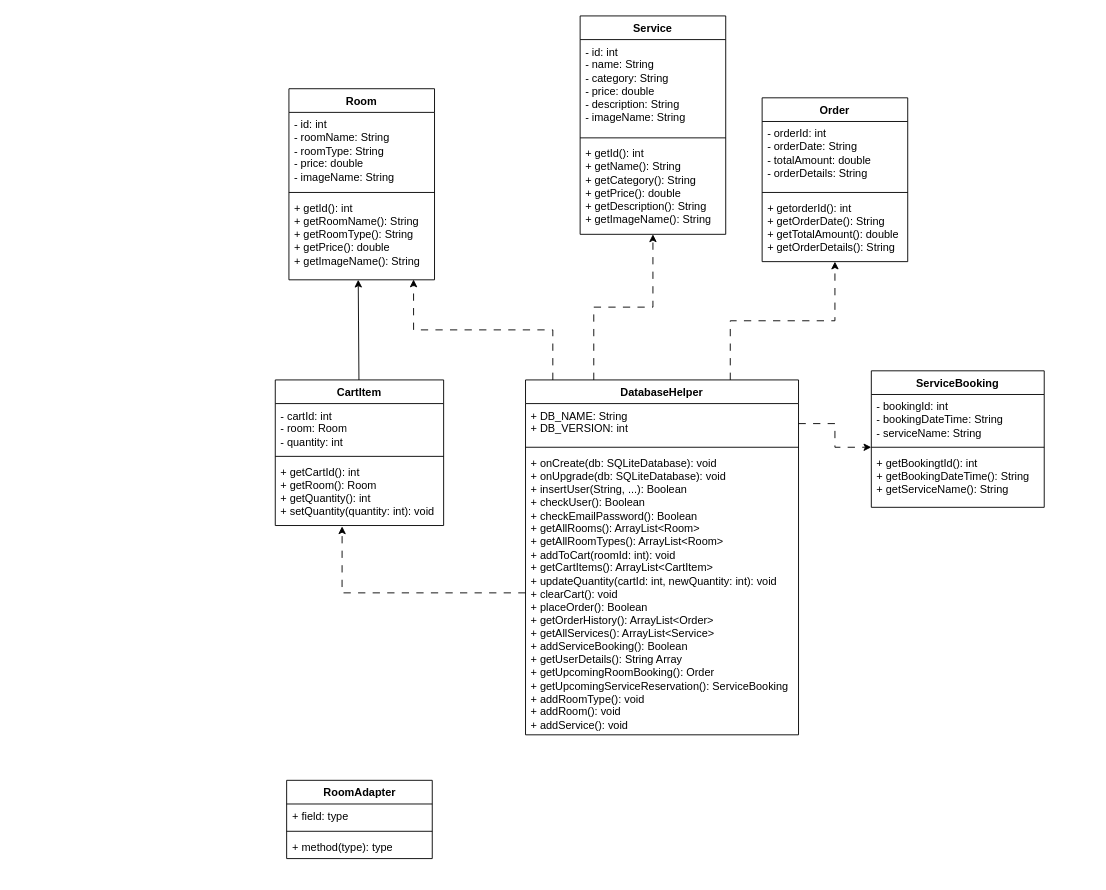
Before: MAD Class Diagram V1.drawio in redhooddev/diagrams, a draw.io diagram. Source tidied: cells renumbered, new cells numbered last; positions are measured from the earlier drawing's top-left corner, leaving out a move shared by most shapes. Both pictures are drawn from the tidied source at 91%, with x=0, y=0 at pixel (275, 15).
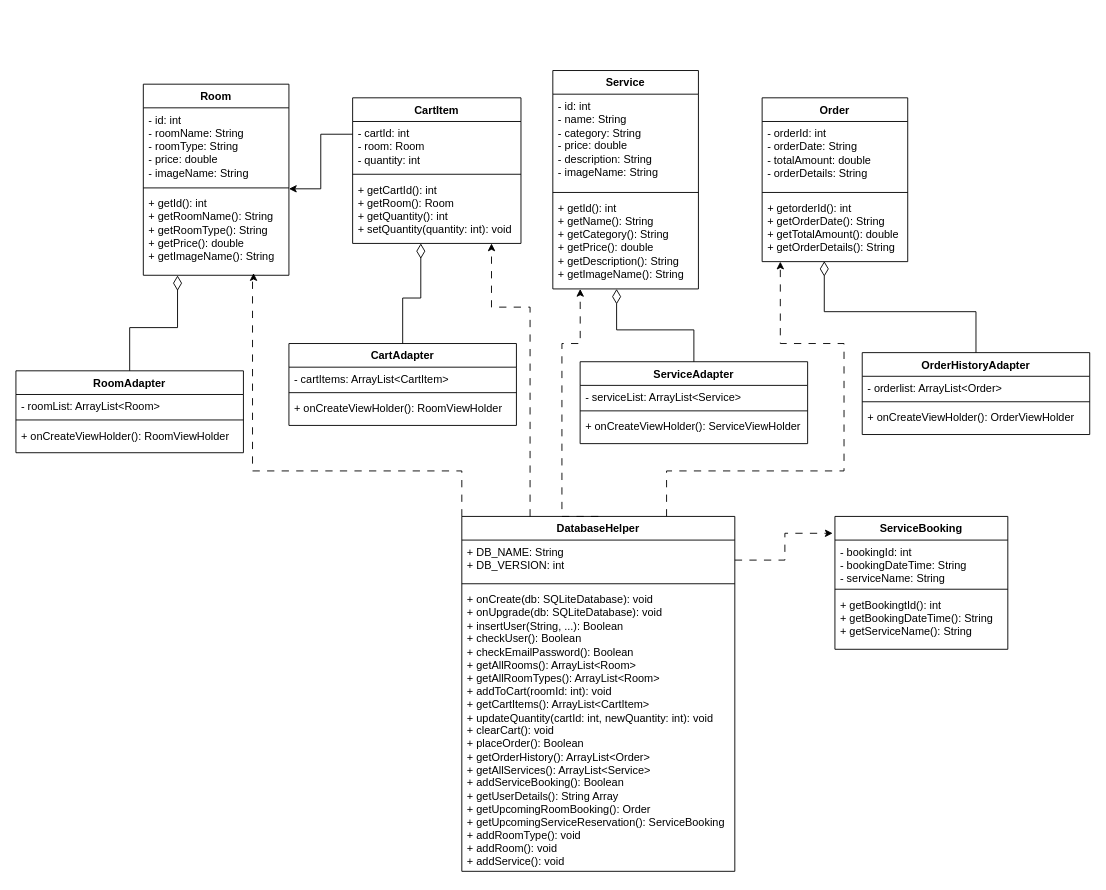
Above is the later version.

Unchanged cells that the change refers to:
```xml
<mxCell id="4" style="line;strokeWidth=1;fillColor=none;align=left;verticalAlign=middle;spacingTop=-1;spacingLeft=3;spacingRight=3;labelPosition=right;points=[];portConstraint=eastwest;strokeColor=inherit;" parent="2" vertex="1">
  <mxGeometry y="110" width="160" height="8" as="geometry" />
</mxCell>
<mxCell id="5" value="+ getId(): int&lt;div&gt;+ getRoomName(): String&lt;/div&gt;&lt;div&gt;+ getRoomType(): String&lt;/div&gt;&lt;div&gt;+ getPrice(): double&lt;/div&gt;&lt;div&gt;+ getImageName(): String&lt;/div&gt;" style="text;strokeColor=none;fillColor=none;align=left;verticalAlign=top;spacingLeft=4;spacingRight=4;overflow=hidden;points=[[0,0.5],[1,0.5]];portConstraint=eastwest;whiteSpace=wrap;html=1;" parent="2" vertex="1">
  <mxGeometry y="118" width="160" height="92" as="geometry" />
</mxCell>
<mxCell id="9" value="+ getId(): int&lt;div&gt;+ getName(): String&lt;/div&gt;&lt;div&gt;+ getCategory(): String&lt;/div&gt;&lt;div&gt;+ getPrice(): double&lt;/div&gt;&lt;div&gt;+ getDescription(): String&lt;/div&gt;&lt;div&gt;+ getImageName(): String&lt;/div&gt;" style="text;strokeColor=none;fillColor=none;align=left;verticalAlign=top;spacingLeft=4;spacingRight=4;overflow=hidden;points=[[0,0.5],[1,0.5]];portConstraint=eastwest;whiteSpace=wrap;html=1;" parent="6" vertex="1">
  <mxGeometry y="138" width="160" height="102" as="geometry" />
</mxCell>
<mxCell id="10" value="Order" style="swimlane;fontStyle=1;align=center;verticalAlign=top;horizontal=1;startSize=26;whiteSpace=wrap;html=1;" parent="1" vertex="1">
  <mxGeometry x="535" y="90" width="160" height="180" as="geometry" />
</mxCell>
<mxCell id="13" value="+ getorderId(): int&lt;div&gt;+ getOrderDate(): String&lt;/div&gt;&lt;div&gt;+ getTotalAmount(): double&lt;/div&gt;&lt;div&gt;+ getOrderDetails(): String&lt;/div&gt;" style="text;strokeColor=none;fillColor=none;align=left;verticalAlign=top;spacingLeft=4;spacingRight=4;overflow=hidden;points=[[0,0.5],[1,0.5]];portConstraint=eastwest;whiteSpace=wrap;html=1;" parent="10" vertex="1">
  <mxGeometry y="108" width="160" height="72" as="geometry" />
</mxCell>
<mxCell id="17" value="+ getCartId(): int&lt;div&gt;+ getRoom(): Room&lt;/div&gt;&lt;div&gt;+ getQuantity(): int&lt;/div&gt;&lt;div&gt;+ setQuantity(quantity: int): void&lt;/div&gt;" style="text;strokeColor=none;fillColor=none;align=left;verticalAlign=top;spacingLeft=4;spacingRight=4;overflow=hidden;points=[[0,0.5],[1,0.5]];portConstraint=eastwest;whiteSpace=wrap;html=1;" parent="14" vertex="1">
  <mxGeometry y="88" width="185" height="72" as="geometry" />
</mxCell>
<mxCell id="24" value="+ DB_NAME: String&lt;div&gt;+ DB_VERSION: int&lt;/div&gt;" style="text;strokeColor=none;fillColor=none;align=left;verticalAlign=top;spacingLeft=4;spacingRight=4;overflow=hidden;points=[[0,0.5],[1,0.5]];portConstraint=eastwest;whiteSpace=wrap;html=1;" parent="23" vertex="1">
  <mxGeometry y="26" width="300" height="44" as="geometry" />
</mxCell>
<mxCell id="26" value="+ onCreate(db: SQLiteDatabase): void&lt;div&gt;+ onUpgrade(&lt;span style=&quot;background-color: transparent; color: light-dark(rgb(0, 0, 0), rgb(255, 255, 255));&quot;&gt;db: SQLiteDatabase&lt;/span&gt;&lt;span style=&quot;background-color: transparent; color: light-dark(rgb(0, 0, 0), rgb(255, 255, 255));&quot;&gt;): void&lt;/span&gt;&lt;/div&gt;&lt;div&gt;+ insertUser(String, ...): Boolean&lt;/div&gt;&lt;div&gt;+ checkUser(): Boolean&lt;/div&gt;&lt;div&gt;+ checkEmailPassword(): Boolean&lt;/div&gt;&lt;div&gt;+ getAllRooms(): ArrayList&amp;lt;Room&amp;gt;&lt;/div&gt;&lt;div&gt;+ getAllRoomTypes(): ArrayList&amp;lt;Room&amp;gt;&lt;/div&gt;&lt;div&gt;+ addToCart(roomId: int): void&lt;/div&gt;&lt;div&gt;+ getCartItems(): ArrayList&amp;lt;CartItem&amp;gt;&lt;/div&gt;&lt;div&gt;+ updateQuantity(cartId: int, newQuantity: int): void&lt;/div&gt;&lt;div&gt;+ clearCart(): void&lt;/div&gt;&lt;div&gt;+ placeOrder(): Boolean&lt;/div&gt;&lt;div&gt;+ getOrderHistory(): ArrayList&amp;lt;Order&amp;gt;&lt;/div&gt;&lt;div&gt;+ getAllServices(): ArrayList&amp;lt;Service&amp;gt;&lt;/div&gt;&lt;div&gt;+ addServiceBooking(): Boolean&lt;/div&gt;&lt;div&gt;+ getUserDetails(): String Array&lt;/div&gt;&lt;div&gt;+ getUpcomingRoomBooking(): Order&lt;/div&gt;&lt;div&gt;+ getUpcomingServiceReservation(): ServiceBooking&lt;/div&gt;&lt;div&gt;+ addRoomType(): void&lt;/div&gt;&lt;div&gt;+ addRoom(): void&lt;/div&gt;&lt;div&gt;+ addService(): void&lt;/div&gt;" style="text;strokeColor=none;fillColor=none;align=left;verticalAlign=top;spacingLeft=4;spacingRight=4;overflow=hidden;points=[[0,0.5],[1,0.5]];portConstraint=eastwest;whiteSpace=wrap;html=1;" parent="23" vertex="1">
  <mxGeometry y="78" width="300" height="312" as="geometry" />
</mxCell>
```

What changed in the source:
```diff
@@
     <mxCell id="2" value="Room" style="swimlane;fontStyle=1;align=center;verticalAlign=top;horizontal=1;startSize=26;whiteSpace=wrap;html=1;" parent="1" vertex="1">
-      <mxGeometry x="15" y="80" width="160" height="210" as="geometry" />
+      <mxGeometry x="-145" y="75" width="160" height="210" as="geometry" />
     </mxCell>
@@
     <mxCell id="6" value="Service" style="swimlane;fontStyle=1;align=center;verticalAlign=top;horizontal=1;startSize=26;whiteSpace=wrap;html=1;" parent="1" vertex="1">
-      <mxGeometry x="335" width="160" height="240" as="geometry" />
+      <mxGeometry x="305" y="60" width="160" height="240" as="geometry" />
     </mxCell>
@@
     <mxCell id="14" value="CartItem" style="swimlane;fontStyle=1;align=center;verticalAlign=top;horizontal=1;startSize=26;whiteSpace=wrap;html=1;" parent="1" vertex="1">
-      <mxGeometry y="400" width="185" height="160" as="geometry" />
+      <mxGeometry x="85" y="90" width="185" height="160" as="geometry" />
     </mxCell>
@@
     <mxCell id="18" value="ServiceBooking" style="swimlane;fontStyle=1;align=center;verticalAlign=top;horizontal=1;startSize=26;whiteSpace=wrap;html=1;" parent="1" vertex="1">
-      <mxGeometry x="655" y="390" width="190" height="150" as="geometry" />
+      <mxGeometry x="615" y="550" width="190" height="146" as="geometry" />
     </mxCell>
     <mxCell id="19" value="- bookingId: int&lt;div&gt;- bookingDateTime: String&lt;/div&gt;&lt;div&gt;- serviceName: String&lt;/div&gt;" style="text;strokeColor=none;fillColor=none;align=left;verticalAlign=top;spacingLeft=4;spacingRight=4;overflow=hidden;whiteSpace=wrap;html=1;" parent="18" vertex="1">
-      <mxGeometry y="26" width="190" height="54" as="geometry" />
+      <mxGeometry y="26" width="190" height="50" as="geometry" />
     </mxCell>
     <mxCell id="20" style="line;strokeWidth=1;fillColor=none;align=left;verticalAlign=middle;spacingTop=-1;spacingLeft=3;spacingRight=3;labelPosition=right;points=[];portConstraint=eastwest;strokeColor=inherit;" parent="18" vertex="1">
-      <mxGeometry y="80" width="190" height="8" as="geometry" />
+      <mxGeometry y="76" width="190" height="8" as="geometry" />
     </mxCell>
     <mxCell id="21" value="+ getBookingtId(): int&lt;div&gt;+ getBookingDateTime(): String&lt;/div&gt;&lt;div&gt;+ getServiceName(): String&lt;/div&gt;" style="text;strokeColor=none;fillColor=none;align=left;verticalAlign=top;spacingLeft=4;spacingRight=4;overflow=hidden;whiteSpace=wrap;html=1;" parent="18" vertex="1">
-      <mxGeometry y="88" width="190" height="62" as="geometry" />
+      <mxGeometry y="84" width="190" height="62" as="geometry" />
     </mxCell>
-    <mxCell id="22" style="edgeStyle=orthogonalEdgeStyle;rounded=0;jettySize=auto;html=1;exitX=0.75;exitY=0;exitDx=0;exitDy=0;entryX=0.5;entryY=1;entryDx=0;entryDy=0;dashed=1;dashPattern=8 8;" parent="1" edge="1" source="23" target="10">
-      <mxGeometry relative="1" as="geometry" />
-    </mxCell>
+    <mxCell id="36" style="edgeStyle=orthogonalEdgeStyle;rounded=0;jettySize=auto;html=1;exitX=0;exitY=0;exitDx=0;exitDy=0;dashed=1;dashPattern=8 8;entryX=0.757;entryY=0.974;entryDx=0;entryDy=0;entryPerimeter=0;" parent="1" edge="1" source="23" target="5">
+      <mxGeometry relative="1" as="geometry">
+        <Array as="points">
+          <mxPoint x="205" y="500" />
+          <mxPoint x="-25" y="500" />
+          <mxPoint x="-25" y="290" />
+          <mxPoint x="-24" y="290" />
+        </Array>
+      </mxGeometry>
+    </mxCell>
+    <mxCell id="37" style="edgeStyle=orthogonalEdgeStyle;rounded=0;jettySize=auto;html=1;exitX=0.75;exitY=0;exitDx=0;exitDy=0;entryX=0.125;entryY=1;entryDx=0;entryDy=0;entryPerimeter=0;dashed=1;dashPattern=8 8;" parent="1" edge="1" source="23" target="13">
+      <mxGeometry relative="1" as="geometry">
+        <Array as="points">
+          <mxPoint x="430" y="500" />
+          <mxPoint x="625" y="500" />
+          <mxPoint x="625" y="360" />
+          <mxPoint x="555" y="360" />
+        </Array>
+      </mxGeometry>
+    </mxCell>
     <mxCell id="23" value="DatabaseHelper" style="swimlane;fontStyle=1;align=center;verticalAlign=top;horizontal=1;startSize=26;whiteSpace=wrap;html=1;" parent="1" vertex="1">
-      <mxGeometry x="275" y="400" width="300" height="390" as="geometry" />
+      <mxGeometry x="205" y="550" width="300" height="390" as="geometry" />
     </mxCell>
@@
-    <mxCell id="27" style="rounded=0;jettySize=auto;html=1;entryX=0.476;entryY=0.999;entryDx=0;entryDy=0;entryPerimeter=0;" parent="1" edge="1" source="14" target="5">
-      <mxGeometry relative="1" as="geometry" />
-    </mxCell>
-    <mxCell id="28" style="edgeStyle=orthogonalEdgeStyle;rounded=0;jettySize=auto;html=1;entryX=0.856;entryY=0.996;entryDx=0;entryDy=0;entryPerimeter=0;dashed=1;dashPattern=8 8;" parent="1" edge="1" target="5">
-      <mxGeometry relative="1" as="geometry">
-        <mxPoint x="305" y="400" as="sourcePoint" />
-        <Array as="points">
-          <mxPoint x="305" y="400" />
-          <mxPoint x="305" y="345" />
-          <mxPoint x="152" y="345" />
-        </Array>
-      </mxGeometry>
-    </mxCell>
-    <mxCell id="29" style="edgeStyle=orthogonalEdgeStyle;rounded=0;jettySize=auto;html=1;exitX=0.25;exitY=0;exitDx=0;exitDy=0;entryX=0.5;entryY=1;entryDx=0;entryDy=0;entryPerimeter=0;dashed=1;dashPattern=8 8;" parent="1" edge="1" source="23" target="9">
-      <mxGeometry relative="1" as="geometry" />
-    </mxCell>
-    <mxCell id="30" style="edgeStyle=orthogonalEdgeStyle;rounded=0;jettySize=auto;html=1;exitX=0;exitY=0.5;exitDx=0;exitDy=0;entryX=0.397;entryY=1.013;entryDx=0;entryDy=0;entryPerimeter=0;dashed=1;dashPattern=8 8;" parent="1" edge="1" source="26" target="17">
-      <mxGeometry relative="1" as="geometry" />
-    </mxCell>
-    <mxCell id="31" style="edgeStyle=orthogonalEdgeStyle;rounded=0;jettySize=auto;html=1;exitX=1;exitY=0.5;exitDx=0;exitDy=0;dashed=1;dashPattern=8 8;" parent="1" edge="1" source="24" target="20">
-      <mxGeometry relative="1" as="geometry" />
-    </mxCell>
     <mxCell id="32" value="RoomAdapter" style="swimlane;fontStyle=1;align=center;verticalAlign=top;horizontal=1;startSize=26;whiteSpace=wrap;html=1;" parent="1" vertex="1">
-      <mxGeometry x="12.5" y="840" width="160" height="86" as="geometry" />
+      <mxGeometry x="-285" y="390" width="250" height="90" as="geometry" />
     </mxCell>
-    <mxCell id="33" value="+ field: type" style="text;strokeColor=none;fillColor=none;align=left;verticalAlign=top;spacingLeft=4;spacingRight=4;overflow=hidden;whiteSpace=wrap;html=1;" parent="32" vertex="1">
-      <mxGeometry y="26" width="160" height="26" as="geometry" />
+    <mxCell id="33" value="- roomList: ArrayList&amp;lt;Room&amp;gt;" style="text;strokeColor=none;fillColor=none;align=left;verticalAlign=top;spacingLeft=4;spacingRight=4;overflow=hidden;whiteSpace=wrap;html=1;" parent="32" vertex="1">
+      <mxGeometry y="26" width="250" height="24" as="geometry" />
     </mxCell>
     <mxCell id="34" style="line;strokeWidth=1;fillColor=none;align=left;verticalAlign=middle;spacingTop=-1;spacingLeft=3;spacingRight=3;labelPosition=right;strokeColor=inherit;" parent="32" vertex="1">
-      <mxGeometry y="52" width="160" height="8" as="geometry" />
+      <mxGeometry y="50" width="250" height="8" as="geometry" />
     </mxCell>
-    <mxCell id="35" value="+ method(type): type" style="text;strokeColor=none;fillColor=none;align=left;verticalAlign=top;spacingLeft=4;spacingRight=4;overflow=hidden;whiteSpace=wrap;html=1;" parent="32" vertex="1">
-      <mxGeometry y="60" width="160" height="26" as="geometry" />
+    <mxCell id="35" value="+ onCreateViewHolder(): RoomViewHolder&amp;nbsp;" style="text;strokeColor=none;fillColor=none;align=left;verticalAlign=top;spacingLeft=4;spacingRight=4;overflow=hidden;whiteSpace=wrap;html=1;" parent="32" vertex="1">
+      <mxGeometry y="58" width="250" height="32" as="geometry" />
     </mxCell>
+    <mxCell id="38" value="ServiceAdapter" style="swimlane;fontStyle=1;align=center;verticalAlign=top;horizontal=1;startSize=26;whiteSpace=wrap;html=1;" parent="1" vertex="1">
+      <mxGeometry x="335" y="380" width="250" height="90" as="geometry" />
+    </mxCell>
+    <mxCell id="39" value="- serviceList: ArrayList&amp;lt;Service&amp;gt;" style="text;strokeColor=none;fillColor=none;align=left;verticalAlign=top;spacingLeft=4;spacingRight=4;overflow=hidden;whiteSpace=wrap;html=1;" parent="38" vertex="1">
+      <mxGeometry y="26" width="250" height="24" as="geometry" />
+    </mxCell>
+    <mxCell id="40" style="line;strokeWidth=1;fillColor=none;align=left;verticalAlign=middle;spacingTop=-1;spacingLeft=3;spacingRight=3;labelPosition=right;strokeColor=inherit;" parent="38" vertex="1">
+      <mxGeometry y="50" width="250" height="8" as="geometry" />
+    </mxCell>
+    <mxCell id="41" value="+ onCreateViewHolder(): ServiceViewHolder&amp;nbsp;" style="text;strokeColor=none;fillColor=none;align=left;verticalAlign=top;spacingLeft=4;spacingRight=4;overflow=hidden;whiteSpace=wrap;html=1;" parent="38" vertex="1">
+      <mxGeometry y="58" width="250" height="32" as="geometry" />
+    </mxCell>
+    <mxCell id="42" value="CartAdapter" style="swimlane;fontStyle=1;align=center;verticalAlign=top;horizontal=1;startSize=26;whiteSpace=wrap;html=1;" parent="1" vertex="1">
+      <mxGeometry x="15" y="360" width="250" height="90" as="geometry" />
+    </mxCell>
+    <mxCell id="43" value="- cartItems: ArrayList&amp;lt;CartItem&amp;gt;" style="text;strokeColor=none;fillColor=none;align=left;verticalAlign=top;spacingLeft=4;spacingRight=4;overflow=hidden;whiteSpace=wrap;html=1;" parent="42" vertex="1">
+      <mxGeometry y="26" width="250" height="24" as="geometry" />
+    </mxCell>
+    <mxCell id="44" style="line;strokeWidth=1;fillColor=none;align=left;verticalAlign=middle;spacingTop=-1;spacingLeft=3;spacingRight=3;labelPosition=right;strokeColor=inherit;" parent="42" vertex="1">
+      <mxGeometry y="50" width="250" height="8" as="geometry" />
+    </mxCell>
+    <mxCell id="45" value="+ onCreateViewHolder(): RoomViewHolder&amp;nbsp;" style="text;strokeColor=none;fillColor=none;align=left;verticalAlign=top;spacingLeft=4;spacingRight=4;overflow=hidden;whiteSpace=wrap;html=1;" parent="42" vertex="1">
+      <mxGeometry y="58" width="250" height="32" as="geometry" />
+    </mxCell>
+    <mxCell id="46" value="OrderHistoryAdapter" style="swimlane;fontStyle=1;align=center;verticalAlign=top;horizontal=1;startSize=26;whiteSpace=wrap;html=1;" parent="1" vertex="1">
+      <mxGeometry x="645" y="370" width="250" height="90" as="geometry" />
+    </mxCell>
+    <mxCell id="47" value="- orderlist: ArrayList&amp;lt;Order&amp;gt;" style="text;strokeColor=none;fillColor=none;align=left;verticalAlign=top;spacingLeft=4;spacingRight=4;overflow=hidden;whiteSpace=wrap;html=1;" parent="46" vertex="1">
+      <mxGeometry y="26" width="250" height="24" as="geometry" />
+    </mxCell>
+    <mxCell id="48" style="line;strokeWidth=1;fillColor=none;align=left;verticalAlign=middle;spacingTop=-1;spacingLeft=3;spacingRight=3;labelPosition=right;strokeColor=inherit;" parent="46" vertex="1">
+      <mxGeometry y="50" width="250" height="8" as="geometry" />
+    </mxCell>
+    <mxCell id="49" value="+ onCreateViewHolder(): OrderViewHolder&amp;nbsp;" style="text;strokeColor=none;fillColor=none;align=left;verticalAlign=top;spacingLeft=4;spacingRight=4;overflow=hidden;whiteSpace=wrap;html=1;" parent="46" vertex="1">
+      <mxGeometry y="58" width="250" height="32" as="geometry" />
+    </mxCell>
+    <mxCell id="50" style="edgeStyle=orthogonalEdgeStyle;rounded=0;jettySize=auto;html=1;exitX=0.5;exitY=0;exitDx=0;exitDy=0;entryX=0.235;entryY=1.002;entryDx=0;entryDy=0;entryPerimeter=0;endArrow=diamondThin;endFill=0;strokeWidth=1;endSize=14;" parent="1" edge="1" source="32" target="5">
+      <mxGeometry relative="1" as="geometry" />
+    </mxCell>
+    <mxCell id="51" style="edgeStyle=orthogonalEdgeStyle;rounded=0;jettySize=auto;html=1;exitX=0.5;exitY=0;exitDx=0;exitDy=0;entryX=0.405;entryY=1;entryDx=0;entryDy=0;entryPerimeter=0;endArrow=diamondThin;endFill=0;endSize=14;" parent="1" edge="1" source="42" target="17">
+      <mxGeometry relative="1" as="geometry" />
+    </mxCell>
+    <mxCell id="52" style="edgeStyle=orthogonalEdgeStyle;rounded=0;jettySize=auto;html=1;exitX=0;exitY=0.25;exitDx=0;exitDy=0;entryX=1;entryY=0.625;entryDx=0;entryDy=0;entryPerimeter=0;" parent="1" edge="1" source="14" target="4">
+      <mxGeometry relative="1" as="geometry" />
+    </mxCell>
+    <mxCell id="53" style="edgeStyle=orthogonalEdgeStyle;rounded=0;jettySize=auto;html=1;exitX=0.5;exitY=0;exitDx=0;exitDy=0;entryX=0.438;entryY=1;entryDx=0;entryDy=0;entryPerimeter=0;endArrow=diamondThin;endFill=0;endSize=14;jumpSize=10;" parent="1" edge="1" source="38" target="9">
+      <mxGeometry relative="1" as="geometry" />
+    </mxCell>
+    <mxCell id="54" style="edgeStyle=orthogonalEdgeStyle;rounded=0;jettySize=auto;html=1;exitX=0.5;exitY=0;exitDx=0;exitDy=0;entryX=0.427;entryY=0.993;entryDx=0;entryDy=0;entryPerimeter=0;endArrow=diamondThin;endFill=0;endSize=14;" parent="1" edge="1" source="46" target="13">
+      <mxGeometry relative="1" as="geometry" />
+    </mxCell>
+    <mxCell id="55" style="edgeStyle=orthogonalEdgeStyle;rounded=0;jettySize=auto;html=1;exitX=0.25;exitY=0;exitDx=0;exitDy=0;entryX=0.825;entryY=1;entryDx=0;entryDy=0;entryPerimeter=0;dashed=1;dashPattern=8 8;" parent="1" edge="1" source="23" target="17">
+      <mxGeometry relative="1" as="geometry">
+        <Array as="points">
+          <mxPoint x="280" y="320" />
+          <mxPoint x="238" y="320" />
+        </Array>
+      </mxGeometry>
+    </mxCell>
+    <mxCell id="29" style="edgeStyle=orthogonalEdgeStyle;rounded=0;jettySize=auto;html=1;exitX=0.5;exitY=0;exitDx=0;exitDy=0;entryX=0.188;entryY=1;entryDx=0;entryDy=0;entryPerimeter=0;dashed=1;dashPattern=8 8;" parent="1" edge="1" source="23" target="9">
+      <mxGeometry relative="1" as="geometry">
+        <Array as="points">
+          <mxPoint x="315" y="550" />
+          <mxPoint x="315" y="360" />
+          <mxPoint x="335" y="360" />
+        </Array>
+      </mxGeometry>
+    </mxCell>
+    <mxCell id="56" style="edgeStyle=orthogonalEdgeStyle;rounded=0;jettySize=auto;html=1;exitX=1;exitY=0.5;exitDx=0;exitDy=0;entryX=-0.013;entryY=0.127;entryDx=0;entryDy=0;entryPerimeter=0;dashed=1;dashPattern=8 8;" parent="1" edge="1" source="24" target="18">
+      <mxGeometry relative="1" as="geometry" />
+    </mxCell>
```
